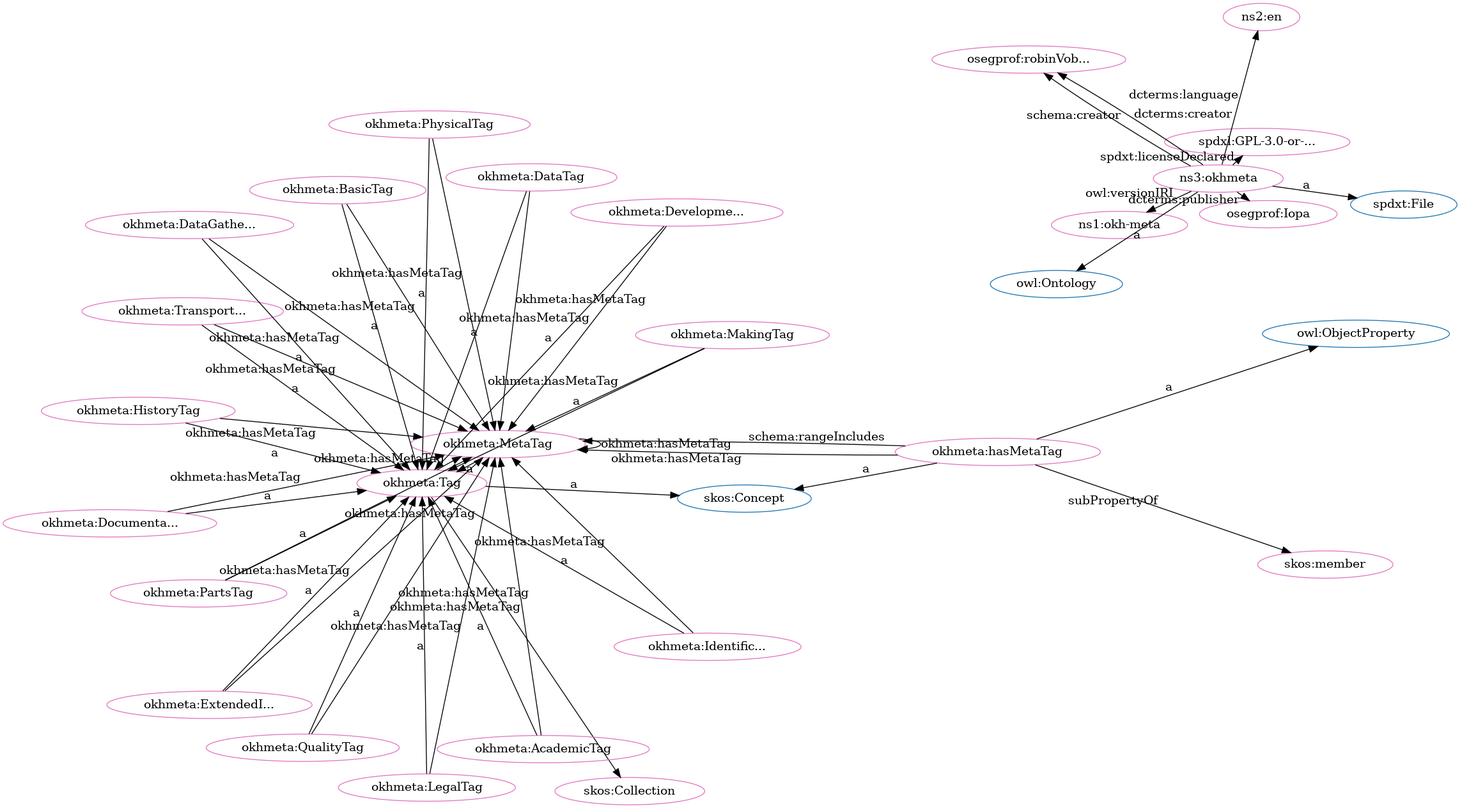
Above: src/spec/fdp_okh-meta.png in iop-alliance/OpenKnowHow (Graphviz), before the change. Its source is kept beside it as src/spec/fdp_okh-meta.dot.
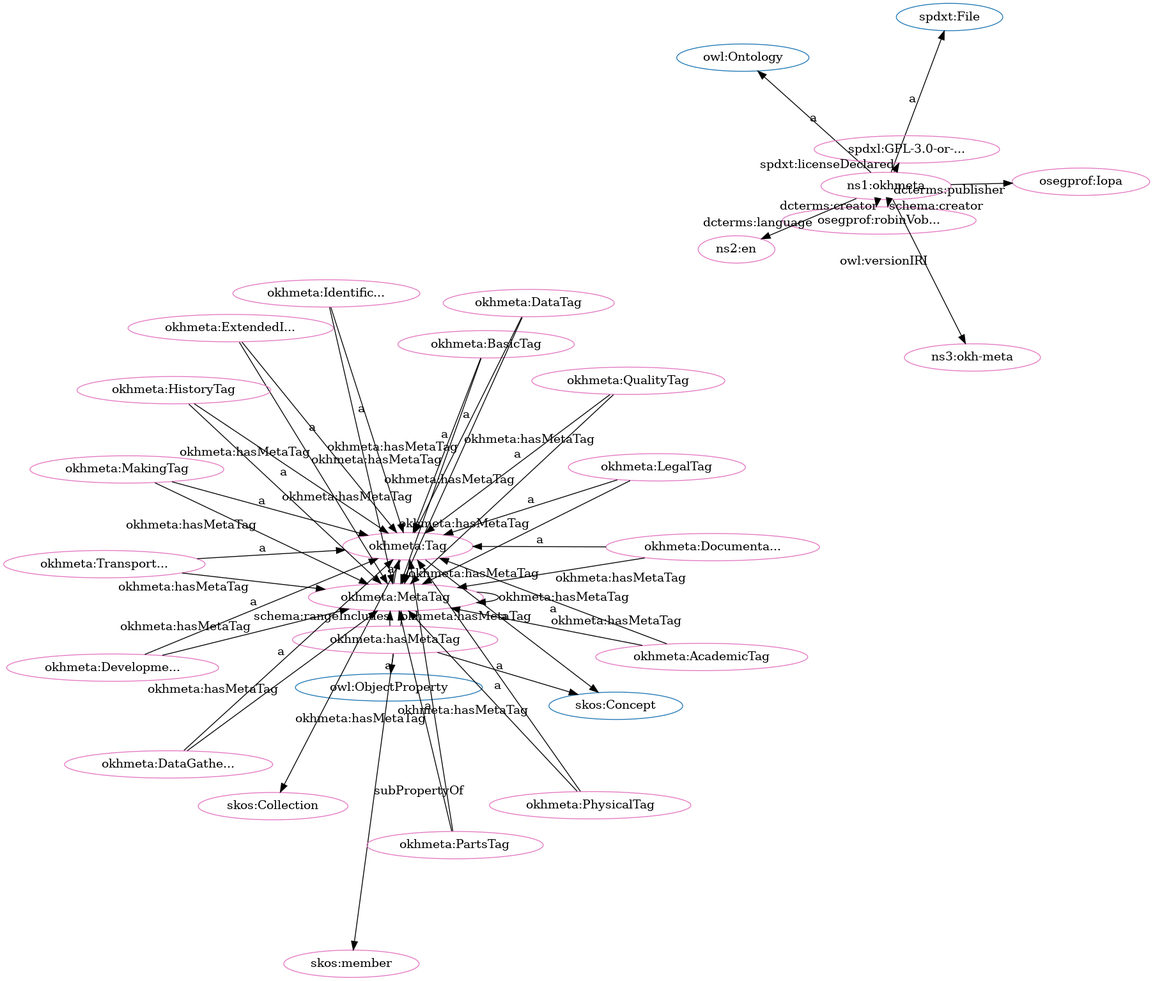
Later version of the same file.

Diff of the diagram source:
```diff
@@ -3,83 +3,83 @@
   node[height=.3]
 "http://www.w3.org/2004/02/skos/core#Collection" [fillcolor="#1f77b4" color="#1f77b4" label="skos:Collection"]
 "http://www.w3.org/2002/07/owl#Ontology" [fillcolor="#1f77b4" color="#1f77b4" label="owl:Ontology"]
+"http://www.w3.org/2004/02/skos/core#Concept" [fillcolor="#1f77b4" color="#1f77b4" label="skos:Concept"]
+"http://www.w3.org/2002/07/owl#ObjectProperty" [fillcolor="#1f77b4" color="#1f77b4" label="owl:ObjectProperty"]
 "https://w3id.org/oseg/ont/okhmeta#MetaTag" [fillcolor="#1f77b4" color="#1f77b4" label="okhmeta:MetaTag"]
-"http://www.w3.org/2004/02/skos/core#Concept" [fillcolor="#1f77b4" color="#1f77b4" label="skos:Concept"]
 "https://w3id.org/oseg/ont/okhmeta#Tag" [fillcolor="#1f77b4" color="#1f77b4" label="okhmeta:Tag"]
-"http://www.w3.org/2002/07/owl#ObjectProperty" [fillcolor="#1f77b4" color="#1f77b4" label="owl:ObjectProperty"]
 "http://spdx.org/rdf/terms#File" [fillcolor="#1f77b4" color="#1f77b4" label="spdxt:File"]
+"https://w3id.org/oseg/ont/okhmeta#DocumentationTag" [fillcolor="#e377c2" color="#e377c2" label="okhmeta:Documenta..."]
+"https://w3id.org/oseg/ont/oseg-profiles#robinVobruba" [fillcolor="#e377c2" color="#e377c2" label="osegprof:robinVob..."]
+"https://w3id.org/oseg/ont/okhmeta#MetaTag" [fillcolor="#e377c2" color="#e377c2" label="okhmeta:MetaTag"]
+"https://w3id.org/oseg/ont/okhmeta#hasMetaTag" [fillcolor="#e377c2" color="#e377c2" label="okhmeta:hasMetaTag"]
+"https://w3id.org/oseg/ont/okhmeta#Tag" [fillcolor="#e377c2" color="#e377c2" label="okhmeta:Tag"]
+"https://w3id.org/oseg/ont/okhmeta#LegalTag" [fillcolor="#e377c2" color="#e377c2" label="okhmeta:LegalTag"]
+"https://w3id.org/oseg/ont/okhmeta#AcademicTag" [fillcolor="#e377c2" color="#e377c2" label="okhmeta:AcademicTag"]
+"https://w3id.org/oseg/ont/okhmeta#DataGatheringTag" [fillcolor="#e377c2" color="#e377c2" label="okhmeta:DataGathe..."]
+"https://w3id.org/oseg/ont/okhmeta#BasicTag" [fillcolor="#e377c2" color="#e377c2" label="okhmeta:BasicTag"]
+"https://w3id.org/oseg/ont/okhmeta#MakingTag" [fillcolor="#e377c2" color="#e377c2" label="okhmeta:MakingTag"]
+"https://w3id.org/oseg/ont/okhmeta#PartsTag" [fillcolor="#e377c2" color="#e377c2" label="okhmeta:PartsTag"]
+"https://w3id.org/oseg/ont/okhmeta#DataTag" [fillcolor="#e377c2" color="#e377c2" label="okhmeta:DataTag"]
+"https://w3id.org/oseg/ont/okhmeta" [fillcolor="#e377c2" color="#e377c2" label="ns1:okhmeta"]
+"https://w3id.org/oseg/ont/okhmeta#TransportationTag" [fillcolor="#e377c2" color="#e377c2" label="okhmeta:Transport..."]
+"https://w3id.org/oseg/ont/oseg-profiles#Iopa" [fillcolor="#e377c2" color="#e377c2" label="osegprof:Iopa"]
 "http://www.w3.org/2004/02/skos/core#member" [fillcolor="#e377c2" color="#e377c2" label="skos:member"]
-"https://w3id.org/oseg/ont/1.1.0/okh-meta" [fillcolor="#e377c2" color="#e377c2" label="ns1:okh-meta"]
+"https://spdx.org/licenses/GPL-3.0-or-later" [fillcolor="#e377c2" color="#e377c2" label="spdxl:GPL-3.0-or-..."]
+"https://w3id.org/oseg/ont/okhmeta#PhysicalTag" [fillcolor="#e377c2" color="#e377c2" label="okhmeta:PhysicalTag"]
+"https://w3id.org/oseg/ont/okhmeta#ExtendedInfoTag" [fillcolor="#e377c2" color="#e377c2" label="okhmeta:ExtendedI..."]
 "https://w3id.org/oseg/ont/okhmeta#QualityTag" [fillcolor="#e377c2" color="#e377c2" label="okhmeta:QualityTag"]
-"https://w3id.org/oseg/ont/okhmeta#MetaTag" [fillcolor="#e377c2" color="#e377c2" label="okhmeta:MetaTag"]
-"https://w3id.org/oseg/ont/okhmeta#AcademicTag" [fillcolor="#e377c2" color="#e377c2" label="okhmeta:AcademicTag"]
-"https://w3id.org/oseg/ont/okhmeta#ExtendedInfoTag" [fillcolor="#e377c2" color="#e377c2" label="okhmeta:ExtendedI..."]
-"https://w3id.org/oseg/ont/okhmeta#Tag" [fillcolor="#e377c2" color="#e377c2" label="okhmeta:Tag"]
-"https://w3id.org/oseg/ont/okhmeta#DocumentationTag" [fillcolor="#e377c2" color="#e377c2" label="okhmeta:Documenta..."]
-"https://w3id.org/oseg/ont/okhmeta#PartsTag" [fillcolor="#e377c2" color="#e377c2" label="okhmeta:PartsTag"]
-"https://w3id.org/oseg/ont/okhmeta#TransportationTag" [fillcolor="#e377c2" color="#e377c2" label="okhmeta:Transport..."]
-"https://w3id.org/oseg/ont/oseg-profiles#robinVobruba" [fillcolor="#e377c2" color="#e377c2" label="osegprof:robinVob..."]
 "http://id.loc.gov/vocabulary/iso639-1/en" [fillcolor="#e377c2" color="#e377c2" label="ns2:en"]
-"https://w3id.org/oseg/ont/okhmeta#hasMetaTag" [fillcolor="#e377c2" color="#e377c2" label="okhmeta:hasMetaTag"]
-"https://w3id.org/oseg/ont/okhmeta#MakingTag" [fillcolor="#e377c2" color="#e377c2" label="okhmeta:MakingTag"]
+"https://w3id.org/oseg/ont/1.1.0/okh-meta" [fillcolor="#e377c2" color="#e377c2" label="ns3:okh-meta"]
 "https://w3id.org/oseg/ont/okhmeta#HistoryTag" [fillcolor="#e377c2" color="#e377c2" label="okhmeta:HistoryTag"]
+"https://w3id.org/oseg/ont/okhmeta#IdentificationTag" [fillcolor="#e377c2" color="#e377c2" label="okhmeta:Identific..."]
 "http://www.w3.org/2004/02/skos/core#Collection" [fillcolor="#e377c2" color="#e377c2" label="skos:Collection"]
-"https://spdx.org/licenses/GPL-3.0-or-later" [fillcolor="#e377c2" color="#e377c2" label="spdxl:GPL-3.0-or-..."]
 "https://w3id.org/oseg/ont/okhmeta#DevelopmentTag" [fillcolor="#e377c2" color="#e377c2" label="okhmeta:Developme..."]
-"https://w3id.org/oseg/ont/okhmeta#IdentificationTag" [fillcolor="#e377c2" color="#e377c2" label="okhmeta:Identific..."]
-"https://w3id.org/oseg/ont/okhmeta#DataGatheringTag" [fillcolor="#e377c2" color="#e377c2" label="okhmeta:DataGathe..."]
-"https://w3id.org/oseg/ont/okhmeta" [fillcolor="#e377c2" color="#e377c2" label="ns3:okhmeta"]
-"https://w3id.org/oseg/ont/okhmeta#LegalTag" [fillcolor="#e377c2" color="#e377c2" label="okhmeta:LegalTag"]
-"https://w3id.org/oseg/ont/okhmeta#PhysicalTag" [fillcolor="#e377c2" color="#e377c2" label="okhmeta:PhysicalTag"]
-"https://w3id.org/oseg/ont/oseg-profiles#Iopa" [fillcolor="#e377c2" color="#e377c2" label="osegprof:Iopa"]
-"https://w3id.org/oseg/ont/okhmeta#DataTag" [fillcolor="#e377c2" color="#e377c2" label="okhmeta:DataTag"]
-"https://w3id.org/oseg/ont/okhmeta#BasicTag" [fillcolor="#e377c2" color="#e377c2" label="okhmeta:BasicTag"]
+  "https://w3id.org/oseg/ont/okhmeta#DocumentationTag" -> "https://w3id.org/oseg/ont/okhmeta#Tag" [label="a"]
+  "https://w3id.org/oseg/ont/okhmeta#BasicTag" -> "https://w3id.org/oseg/ont/okhmeta#MetaTag" [label="okhmeta:hasMetaTag"]
+  "https://w3id.org/oseg/ont/okhmeta#LegalTag" -> "https://w3id.org/oseg/ont/okhmeta#Tag" [label="a"]
+  "https://w3id.org/oseg/ont/okhmeta#AcademicTag" -> "https://w3id.org/oseg/ont/okhmeta#Tag" [label="a"]
+  "https://w3id.org/oseg/ont/okhmeta#DataGatheringTag" -> "https://w3id.org/oseg/ont/okhmeta#Tag" [label="a"]
+  "https://w3id.org/oseg/ont/okhmeta#BasicTag" -> "https://w3id.org/oseg/ont/okhmeta#Tag" [label="a"]
+  "https://w3id.org/oseg/ont/okhmeta#hasMetaTag" -> "https://w3id.org/oseg/ont/okhmeta#MetaTag" [label="schema:rangeIncludes"]
+  "https://w3id.org/oseg/ont/okhmeta#hasMetaTag" -> "https://w3id.org/oseg/ont/okhmeta#MetaTag" [label="okhmeta:hasMetaTag"]
+  "https://w3id.org/oseg/ont/okhmeta#Tag" -> "https://w3id.org/oseg/ont/okhmeta#MetaTag" [label="okhmeta:hasMetaTag"]
+  "https://w3id.org/oseg/ont/okhmeta#TransportationTag" -> "https://w3id.org/oseg/ont/okhmeta#Tag" [label="a"]
+  "https://w3id.org/oseg/ont/okhmeta" -> "https://w3id.org/oseg/ont/oseg-profiles#Iopa" [label="dcterms:publisher"]
+  "https://w3id.org/oseg/ont/okhmeta#PartsTag" -> "https://w3id.org/oseg/ont/okhmeta#MetaTag" [label="okhmeta:hasMetaTag"]
+  "https://w3id.org/oseg/ont/okhmeta#LegalTag" -> "https://w3id.org/oseg/ont/okhmeta#MetaTag" [label="okhmeta:hasMetaTag"]
+  "https://w3id.org/oseg/ont/okhmeta" -> "https://spdx.org/licenses/GPL-3.0-or-later" [label="spdxt:licenseDeclared"]
+  "https://w3id.org/oseg/ont/okhmeta#QualityTag" -> "https://w3id.org/oseg/ont/okhmeta#MetaTag" [label="okhmeta:hasMetaTag"]
+  "https://w3id.org/oseg/ont/okhmeta#QualityTag" -> "https://w3id.org/oseg/ont/okhmeta#Tag" [label="a"]
+  "https://w3id.org/oseg/ont/okhmeta" -> "http://id.loc.gov/vocabulary/iso639-1/en" [label="dcterms:language"]
+  "https://w3id.org/oseg/ont/okhmeta#HistoryTag" -> "https://w3id.org/oseg/ont/okhmeta#MetaTag" [label="okhmeta:hasMetaTag"]
+  "https://w3id.org/oseg/ont/okhmeta#IdentificationTag" -> "https://w3id.org/oseg/ont/okhmeta#MetaTag" [label="okhmeta:hasMetaTag"]
+  "https://w3id.org/oseg/ont/okhmeta#TransportationTag" -> "https://w3id.org/oseg/ont/okhmeta#MetaTag" [label="okhmeta:hasMetaTag"]
+  "https://w3id.org/oseg/ont/okhmeta#HistoryTag" -> "https://w3id.org/oseg/ont/okhmeta#Tag" [label="a"]
+  "https://w3id.org/oseg/ont/okhmeta#IdentificationTag" -> "https://w3id.org/oseg/ont/okhmeta#Tag" [label="a"]
+  "https://w3id.org/oseg/ont/okhmeta#AcademicTag" -> "https://w3id.org/oseg/ont/okhmeta#MetaTag" [label="okhmeta:hasMetaTag"]
+  "https://w3id.org/oseg/ont/okhmeta" -> "https://w3id.org/oseg/ont/oseg-profiles#robinVobruba" [label="schema:creator"]
+  "https://w3id.org/oseg/ont/okhmeta" -> "https://w3id.org/oseg/ont/oseg-profiles#robinVobruba" [label="dcterms:creator"]
+  "https://w3id.org/oseg/ont/okhmeta#hasMetaTag" -> "http://www.w3.org/2004/02/skos/core#Concept" [label="a"]
+  "https://w3id.org/oseg/ont/okhmeta#Tag" -> "http://www.w3.org/2004/02/skos/core#Concept" [label="a"]
+  "https://w3id.org/oseg/ont/okhmeta#MakingTag" -> "https://w3id.org/oseg/ont/okhmeta#MetaTag" [label="okhmeta:hasMetaTag"]
+  "https://w3id.org/oseg/ont/okhmeta#MetaTag" -> "https://w3id.org/oseg/ont/okhmeta#MetaTag" [label="okhmeta:hasMetaTag"]
+  "https://w3id.org/oseg/ont/okhmeta#MakingTag" -> "https://w3id.org/oseg/ont/okhmeta#Tag" [label="a"]
+  "https://w3id.org/oseg/ont/okhmeta#PartsTag" -> "https://w3id.org/oseg/ont/okhmeta#Tag" [label="a"]
+  "https://w3id.org/oseg/ont/okhmeta#DataTag" -> "https://w3id.org/oseg/ont/okhmeta#MetaTag" [label="okhmeta:hasMetaTag"]
+  "https://w3id.org/oseg/ont/okhmeta#DataTag" -> "https://w3id.org/oseg/ont/okhmeta#Tag" [label="a"]
+  "https://w3id.org/oseg/ont/okhmeta#MetaTag" -> "https://w3id.org/oseg/ont/okhmeta#Tag" [label="a"]
+  "https://w3id.org/oseg/ont/okhmeta" -> "http://spdx.org/rdf/terms#File" [label="a"]
+  "https://w3id.org/oseg/ont/okhmeta" -> "http://www.w3.org/2002/07/owl#Ontology" [label="a"]
+  "https://w3id.org/oseg/ont/okhmeta#PhysicalTag" -> "https://w3id.org/oseg/ont/okhmeta#MetaTag" [label="okhmeta:hasMetaTag"]
   "https://w3id.org/oseg/ont/okhmeta#hasMetaTag" -> "http://www.w3.org/2004/02/skos/core#member" [label="subPropertyOf"]
-  "https://w3id.org/oseg/ont/okhmeta#QualityTag" -> "https://w3id.org/oseg/ont/okhmeta#Tag" [label="a"]
-  "https://w3id.org/oseg/ont/okhmeta#hasMetaTag" -> "https://w3id.org/oseg/ont/okhmeta#MetaTag" [label="okhmeta:hasMetaTag"]
-  "https://w3id.org/oseg/ont/okhmeta#AcademicTag" -> "https://w3id.org/oseg/ont/okhmeta#Tag" [label="a"]
+  "https://w3id.org/oseg/ont/okhmeta#PhysicalTag" -> "https://w3id.org/oseg/ont/okhmeta#Tag" [label="a"]
+  "https://w3id.org/oseg/ont/okhmeta#ExtendedInfoTag" -> "https://w3id.org/oseg/ont/okhmeta#MetaTag" [label="okhmeta:hasMetaTag"]
+  "https://w3id.org/oseg/ont/okhmeta#hasMetaTag" -> "http://www.w3.org/2002/07/owl#ObjectProperty" [label="a"]
   "https://w3id.org/oseg/ont/okhmeta#ExtendedInfoTag" -> "https://w3id.org/oseg/ont/okhmeta#Tag" [label="a"]
-  "https://w3id.org/oseg/ont/okhmeta#Tag" -> "http://www.w3.org/2004/02/skos/core#Concept" [label="a"]
-  "https://w3id.org/oseg/ont/okhmeta#hasMetaTag" -> "https://w3id.org/oseg/ont/okhmeta#MetaTag" [label="schema:rangeIncludes"]
-  "https://w3id.org/oseg/ont/okhmeta#DocumentationTag" -> "https://w3id.org/oseg/ont/okhmeta#Tag" [label="a"]
-  "https://w3id.org/oseg/ont/okhmeta" -> "https://w3id.org/oseg/ont/oseg-profiles#robinVobruba" [label="schema:creator"]
-  "https://w3id.org/oseg/ont/okhmeta#hasMetaTag" -> "http://www.w3.org/2004/02/skos/core#Concept" [label="a"]
+  "https://w3id.org/oseg/ont/okhmeta" -> "https://w3id.org/oseg/ont/1.1.0/okh-meta" [label="owl:versionIRI"]
+  "https://w3id.org/oseg/ont/okhmeta#DevelopmentTag" -> "https://w3id.org/oseg/ont/okhmeta#MetaTag" [label="okhmeta:hasMetaTag"]
   "https://w3id.org/oseg/ont/okhmeta#Tag" -> "http://www.w3.org/2004/02/skos/core#Collection" [label=""]
-  "https://w3id.org/oseg/ont/okhmeta#LegalTag" -> "https://w3id.org/oseg/ont/okhmeta#MetaTag" [label="okhmeta:hasMetaTag"]
-  "https://w3id.org/oseg/ont/okhmeta#IdentificationTag" -> "https://w3id.org/oseg/ont/okhmeta#Tag" [label="a"]
-  "https://w3id.org/oseg/ont/okhmeta#DataGatheringTag" -> "https://w3id.org/oseg/ont/okhmeta#Tag" [label="a"]
-  "https://w3id.org/oseg/ont/okhmeta#LegalTag" -> "https://w3id.org/oseg/ont/okhmeta#Tag" [label="a"]
-  "https://w3id.org/oseg/ont/okhmeta#BasicTag" -> "https://w3id.org/oseg/ont/okhmeta#MetaTag" [label="okhmeta:hasMetaTag"]
-  "https://w3id.org/oseg/ont/okhmeta#HistoryTag" -> "https://w3id.org/oseg/ont/okhmeta#MetaTag" [label="okhmeta:hasMetaTag"]
-  "https://w3id.org/oseg/ont/okhmeta#BasicTag" -> "https://w3id.org/oseg/ont/okhmeta#Tag" [label="a"]
-  "https://w3id.org/oseg/ont/okhmeta" -> "https://w3id.org/oseg/ont/oseg-profiles#robinVobruba" [label="dcterms:creator"]
-  "https://w3id.org/oseg/ont/okhmeta#hasMetaTag" -> "http://www.w3.org/2002/07/owl#ObjectProperty" [label="a"]
-  "https://w3id.org/oseg/ont/okhmeta" -> "http://spdx.org/rdf/terms#File" [label="a"]
-  "https://w3id.org/oseg/ont/okhmeta" -> "https://w3id.org/oseg/ont/1.1.0/okh-meta" [label="owl:versionIRI"]
-  "https://w3id.org/oseg/ont/okhmeta#PartsTag" -> "https://w3id.org/oseg/ont/okhmeta#MetaTag" [label="okhmeta:hasMetaTag"]
+  "https://w3id.org/oseg/ont/okhmeta#DevelopmentTag" -> "https://w3id.org/oseg/ont/okhmeta#Tag" [label="a"]
+  "https://w3id.org/oseg/ont/okhmeta#DocumentationTag" -> "https://w3id.org/oseg/ont/okhmeta#MetaTag" [label="okhmeta:hasMetaTag"]
   "https://w3id.org/oseg/ont/okhmeta#DataGatheringTag" -> "https://w3id.org/oseg/ont/okhmeta#MetaTag" [label="okhmeta:hasMetaTag"]
-  "https://w3id.org/oseg/ont/okhmeta#DataTag" -> "https://w3id.org/oseg/ont/okhmeta#MetaTag" [label="okhmeta:hasMetaTag"]
-  "https://w3id.org/oseg/ont/okhmeta#PartsTag" -> "https://w3id.org/oseg/ont/okhmeta#Tag" [label="a"]
-  "https://w3id.org/oseg/ont/okhmeta#TransportationTag" -> "https://w3id.org/oseg/ont/okhmeta#Tag" [label="a"]
-  "https://w3id.org/oseg/ont/okhmeta#DevelopmentTag" -> "https://w3id.org/oseg/ont/okhmeta#MetaTag" [label="okhmeta:hasMetaTag"]
-  "https://w3id.org/oseg/ont/okhmeta" -> "http://id.loc.gov/vocabulary/iso639-1/en" [label="dcterms:language"]
-  "https://w3id.org/oseg/ont/okhmeta#MakingTag" -> "https://w3id.org/oseg/ont/okhmeta#Tag" [label="a"]
-  "https://w3id.org/oseg/ont/okhmeta#QualityTag" -> "https://w3id.org/oseg/ont/okhmeta#MetaTag" [label="okhmeta:hasMetaTag"]
-  "https://w3id.org/oseg/ont/okhmeta#HistoryTag" -> "https://w3id.org/oseg/ont/okhmeta#Tag" [label="a"]
-  "https://w3id.org/oseg/ont/okhmeta#IdentificationTag" -> "https://w3id.org/oseg/ont/okhmeta#MetaTag" [label="okhmeta:hasMetaTag"]
-  "https://w3id.org/oseg/ont/okhmeta#AcademicTag" -> "https://w3id.org/oseg/ont/okhmeta#MetaTag" [label="okhmeta:hasMetaTag"]
-  "https://w3id.org/oseg/ont/okhmeta#ExtendedInfoTag" -> "https://w3id.org/oseg/ont/okhmeta#MetaTag" [label="okhmeta:hasMetaTag"]
-  "https://w3id.org/oseg/ont/okhmeta" -> "https://spdx.org/licenses/GPL-3.0-or-later" [label="spdxt:licenseDeclared"]
-  "https://w3id.org/oseg/ont/okhmeta#PhysicalTag" -> "https://w3id.org/oseg/ont/okhmeta#MetaTag" [label="okhmeta:hasMetaTag"]
-  "https://w3id.org/oseg/ont/okhmeta#DevelopmentTag" -> "https://w3id.org/oseg/ont/okhmeta#Tag" [label="a"]
-  "https://w3id.org/oseg/ont/okhmeta#MetaTag" -> "https://w3id.org/oseg/ont/okhmeta#MetaTag" [label="okhmeta:hasMetaTag"]
-  "https://w3id.org/oseg/ont/okhmeta#DocumentationTag" -> "https://w3id.org/oseg/ont/okhmeta#MetaTag" [label="okhmeta:hasMetaTag"]
-  "https://w3id.org/oseg/ont/okhmeta#TransportationTag" -> "https://w3id.org/oseg/ont/okhmeta#MetaTag" [label="okhmeta:hasMetaTag"]
-  "https://w3id.org/oseg/ont/okhmeta" -> "http://www.w3.org/2002/07/owl#Ontology" [label="a"]
-  "https://w3id.org/oseg/ont/okhmeta#PhysicalTag" -> "https://w3id.org/oseg/ont/okhmeta#Tag" [label="a"]
-  "https://w3id.org/oseg/ont/okhmeta" -> "https://w3id.org/oseg/ont/oseg-profiles#Iopa" [label="dcterms:publisher"]
-  "https://w3id.org/oseg/ont/okhmeta#MetaTag" -> "https://w3id.org/oseg/ont/okhmeta#Tag" [label="a"]
-  "https://w3id.org/oseg/ont/okhmeta#DataTag" -> "https://w3id.org/oseg/ont/okhmeta#Tag" [label="a"]
-  "https://w3id.org/oseg/ont/okhmeta#MakingTag" -> "https://w3id.org/oseg/ont/okhmeta#MetaTag" [label="okhmeta:hasMetaTag"]
-  "https://w3id.org/oseg/ont/okhmeta#Tag" -> "https://w3id.org/oseg/ont/okhmeta#MetaTag" [label="okhmeta:hasMetaTag"]
 }
```
